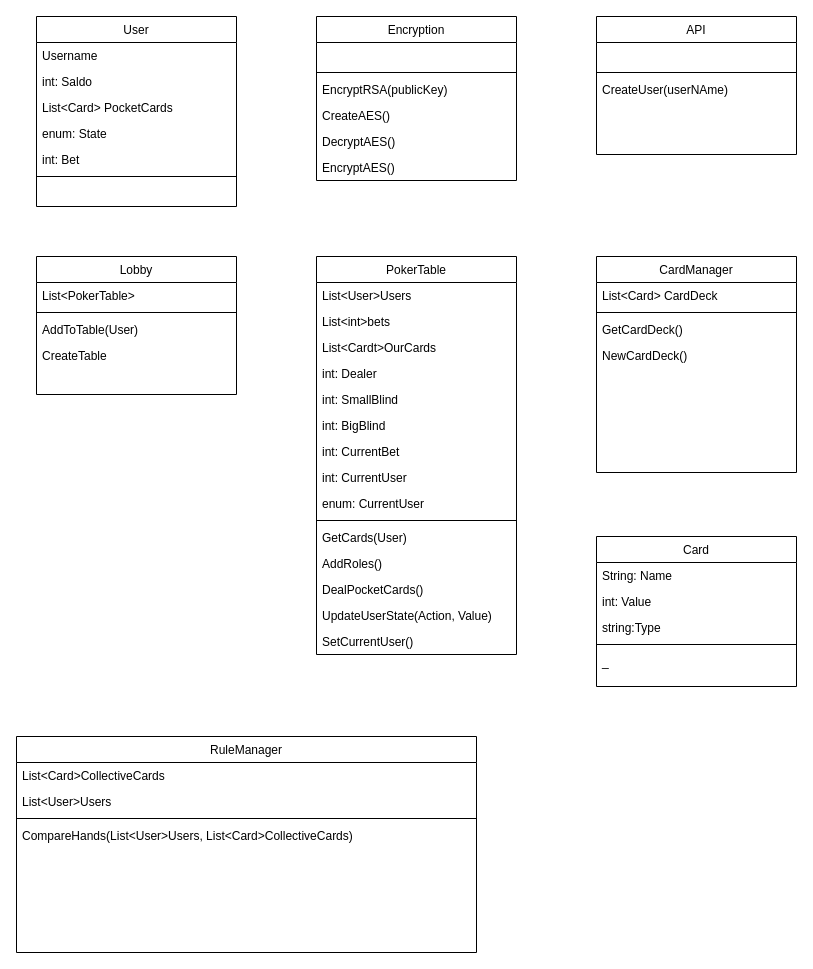
Above: Dokumentation/Klasse Diagram.drawio in AndreasBollNielsen/PinkLadiesPoker_GameEngine (draw.io), before the change. Source tidied: cells renumbered, new cells numbered last; positions are measured from the earlier drawing's top-left corner, leaving out a move shared by most shapes. Both pictures are drawn from the tidied source at 100%, with x=0, y=0 at pixel (16, 16).
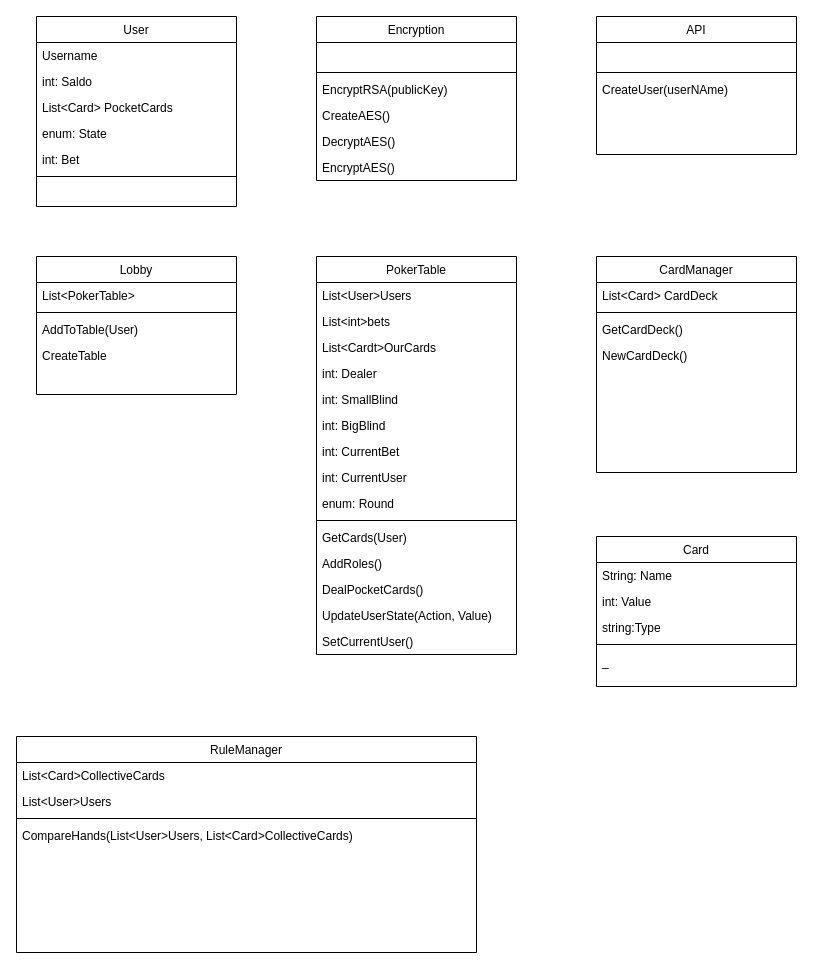
The same diagram, later.

Commit message (it also covers changes not shown here):
SMall changes on class diagram, rename sekvense diagram

The change refers to these unchanged cells:
```xml
<mxCell id="29" value="PokerTable" style="swimlane;fontStyle=0;align=center;verticalAlign=top;horizontal=1;startSize=26;rounded=0;shadow=0;strokeWidth=1;" parent="1" vertex="1">
  <mxGeometry x="300" y="240" width="200" height="398" as="geometry" />
</mxCell>
```

Diff of the diagram source:
```diff
@@
-    <mxCell id="38" value="enum: CurrentUser" style="text;align=left;verticalAlign=top;spacingLeft=4;spacingRight=4;overflow=hidden;" parent="29" vertex="1">
+    <mxCell id="38" value="enum: Round" style="text;align=left;verticalAlign=top;spacingLeft=4;spacingRight=4;overflow=hidden;" parent="29" vertex="1">
       <mxGeometry y="234" width="200" height="26" as="geometry" />
     </mxCell>
```
